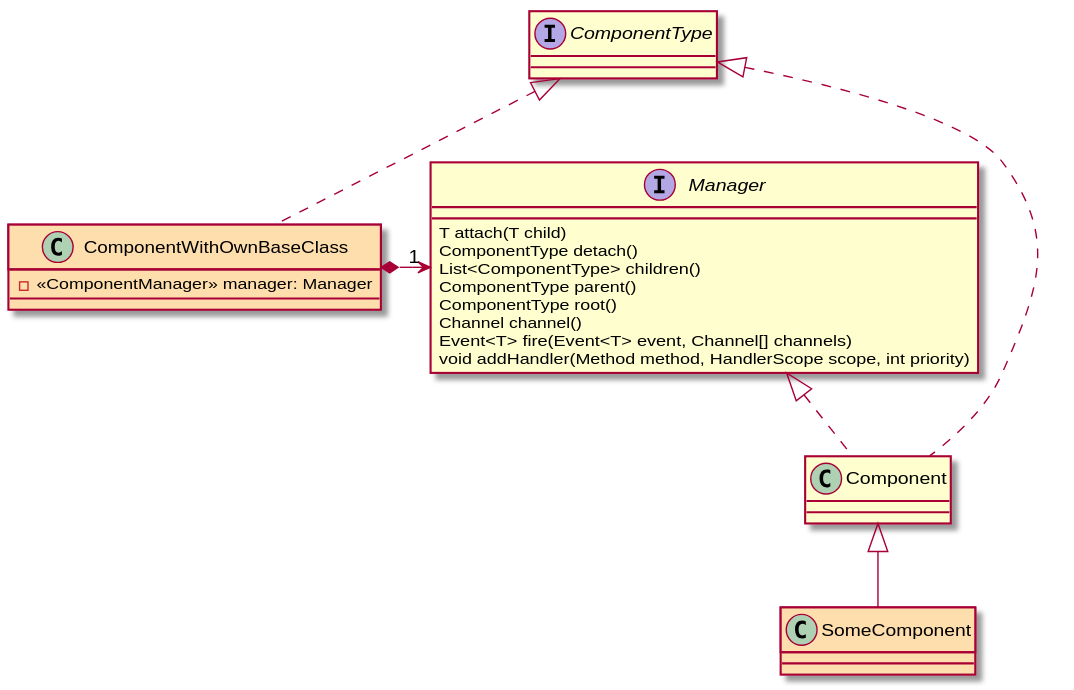
This is javadoc/org/jgrapes/core/Components.svg from mnlipp/jgrapes, a PlantUML export, as it was before one commit. The source it was exported from:
```plantuml
@startuml
interface Manager {
   T attach(T child)
   ComponentType detach()
   List<ComponentType> children()
   ComponentType parent()
   ComponentType root()
   Channel channel()
   Event<T> fire(Event<T> event, Channel[] channels)
   void addHandler(Method method, HandlerScope scope, int priority)
 }
 interface ComponentType
 class ComponentWithOwnBaseClass #NavajoWhite {
   -<<ComponentManager>> manager: Manager
 }
 class SomeComponent #NavajoWhite

 ComponentWithOwnBaseClass *-> "1" Manager
 Manager <|.. Component
 ComponentType <|.. Component
 Component <|-- SomeComponent
 ComponentType <|.. ComponentWithOwnBaseClass
@enduml
```
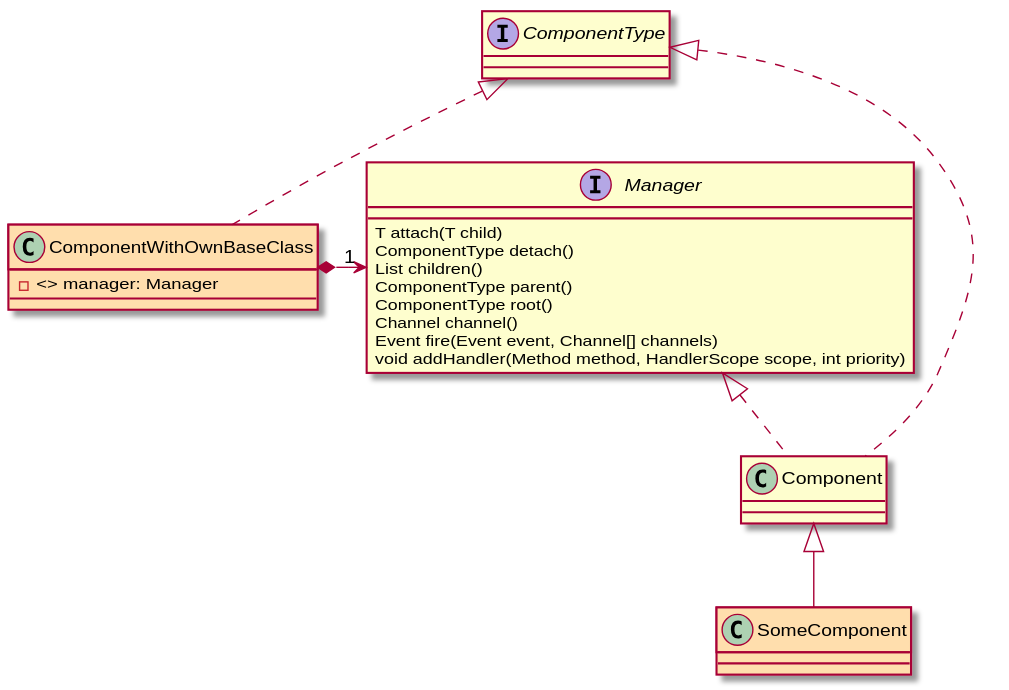
Later version of the same file.

The edit, as a diff of the source:
```diff
@@ -2,16 +2,16 @@
 interface Manager {
    T attach(T child)
    ComponentType detach()
-   List<ComponentType> children()
+   List children()
    ComponentType parent()
    ComponentType root()
    Channel channel()
-   Event<T> fire(Event<T> event, Channel[] channels)
+   Event fire(Event event, Channel[] channels)
    void addHandler(Method method, HandlerScope scope, int priority)
  }
  interface ComponentType
  class ComponentWithOwnBaseClass #NavajoWhite {
-   -<<ComponentManager>> manager: Manager
+   -<> manager: Manager
  }
  class SomeComponent #NavajoWhite
 
```
